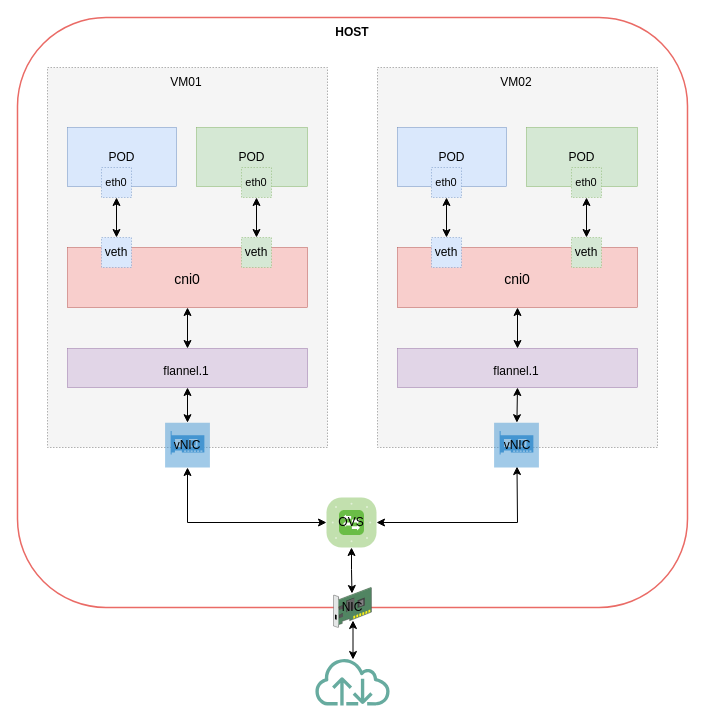
Above: all_in_one.drawio in qinxinliang/diagrams (draw.io), before the change. Source tidied: cells renumbered, new cells numbered last; positions are measured from the earlier drawing's top-left corner, leaving out a move shared by most shapes. Both pictures are drawn from the tidied source at 100%, with x=0, y=0 at pixel (17, 17).
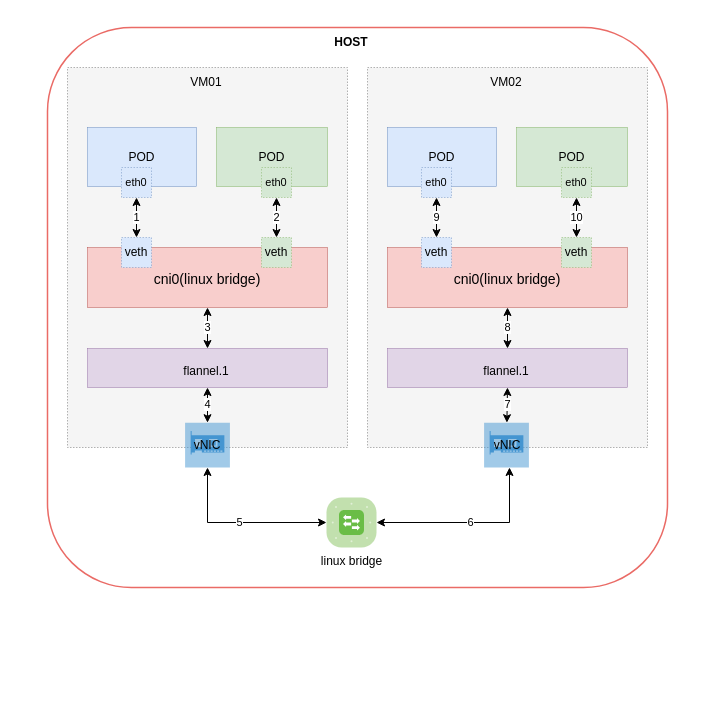
After the change.

Change to the diagram source:
```diff
@@
     <mxCell id="2" style="rounded=1;whiteSpace=wrap;html=1;strokeWidth=1.5;comic=0;fillColor=none;strokeColor=#EA6B66;" parent="1" vertex="1">
-      <mxGeometry width="670" height="590" as="geometry" />
+      <mxGeometry x="30" y="10" width="620" height="560" as="geometry" />
     </mxCell>
     <mxCell id="3" style="rounded=0;whiteSpace=wrap;html=1;strokeWidth=0.5;dashed=1;fillColor=#f5f5f5;fontColor=#333333;strokeColor=#666666;comic=0;" parent="1" vertex="1">
-      <mxGeometry x="30" y="50" width="280" height="380" as="geometry" />
+      <mxGeometry x="50" y="50" width="280" height="380" as="geometry" />
     </mxCell>
     <mxCell id="4" value="POD" style="rounded=0;whiteSpace=wrap;html=1;strokeWidth=0.5;fillColor=#dae8fc;strokeColor=#6c8ebf;comic=0;" parent="1" vertex="1">
-      <mxGeometry x="50" y="110" width="109" height="59" as="geometry" />
+      <mxGeometry x="70" y="110" width="109" height="59" as="geometry" />
     </mxCell>
-    <mxCell id="5" value="&lt;div&gt;&lt;br&gt;&lt;/div&gt;&lt;div&gt;cni0&lt;/div&gt;" style="whiteSpace=wrap;html=1;fillColor=#f8cecc;fontSize=14;strokeColor=#b85450;verticalAlign=top;strokeWidth=0.5;comic=0;" parent="1" vertex="1">
-      <mxGeometry x="50" y="230" width="240" height="60" as="geometry" />
+    <mxCell id="5" value="&lt;div&gt;&lt;br&gt;&lt;/div&gt;&lt;div&gt;cni0(linux bridge)&lt;/div&gt;" style="whiteSpace=wrap;html=1;fillColor=#f8cecc;fontSize=14;strokeColor=#b85450;verticalAlign=top;strokeWidth=0.5;comic=0;" parent="1" vertex="1">
+      <mxGeometry x="70" y="230" width="240" height="60" as="geometry" />
     </mxCell>
     <mxCell id="6" value="VM01" style="text;html=1;strokeColor=none;fillColor=none;align=center;verticalAlign=middle;whiteSpace=wrap;rounded=0;comic=0;" parent="1" vertex="1">
-      <mxGeometry x="139" y="50" width="60" height="30" as="geometry" />
+      <mxGeometry x="159" y="50" width="60" height="30" as="geometry" />
     </mxCell>
     <mxCell id="7" value="POD" style="rounded=0;whiteSpace=wrap;html=1;strokeWidth=0.5;fillColor=#d5e8d4;strokeColor=#82b366;comic=0;" parent="1" vertex="1">
-      <mxGeometry x="179" y="110" width="111" height="59" as="geometry" />
+      <mxGeometry x="199" y="110" width="111" height="59" as="geometry" />
     </mxCell>
     <mxCell id="8" value="&lt;font style=&quot;font-size: 11px;&quot;&gt;eth0&lt;/font&gt;" style="rounded=0;whiteSpace=wrap;html=1;strokeWidth=0.5;fillColor=#dae8fc;strokeColor=#6c8ebf;dashed=1;comic=0;" parent="1" vertex="1">
-      <mxGeometry x="84" y="150" width="30" height="30" as="geometry" />
+      <mxGeometry x="104" y="150" width="30" height="30" as="geometry" />
     </mxCell>
     <mxCell id="9" value="veth" style="rounded=0;whiteSpace=wrap;html=1;strokeWidth=0.5;fillColor=#dae8fc;strokeColor=#6c8ebf;dashed=1;comic=0;" parent="1" vertex="1">
-      <mxGeometry x="84" y="220" width="30" height="30" as="geometry" />
+      <mxGeometry x="104" y="220" width="30" height="30" as="geometry" />
     </mxCell>
-    <mxCell id="10" style="endArrow=classic;startArrow=classic;html=1;rounded=0;entryX=0.5;entryY=1;entryDx=0;entryDy=0;exitX=0.5;exitY=0;exitDx=0;exitDy=0;comic=0;" parent="1" edge="1" source="9" target="8">
+    <mxCell id="10" value="1" style="endArrow=classic;startArrow=classic;html=1;rounded=0;entryX=0.5;entryY=1;entryDx=0;entryDy=0;exitX=0.5;exitY=0;exitDx=0;exitDy=0;comic=0;" parent="1" edge="1" source="9" target="8">
       <mxGeometry relative="1" as="geometry" />
     </mxCell>
     <mxCell id="11" value="&lt;font style=&quot;font-size: 11px;&quot;&gt;eth0&lt;/font&gt;" style="rounded=0;whiteSpace=wrap;html=1;strokeWidth=0.5;fillColor=#d5e8d4;strokeColor=#82b366;dashed=1;comic=0;" parent="1" vertex="1">
-      <mxGeometry x="224" y="150" width="30" height="30" as="geometry" />
+      <mxGeometry x="244" y="150" width="30" height="30" as="geometry" />
     </mxCell>
     <mxCell id="12" value="veth" style="rounded=0;whiteSpace=wrap;html=1;strokeWidth=0.5;fillColor=#d5e8d4;strokeColor=#82b366;dashed=1;comic=0;" parent="1" vertex="1">
-      <mxGeometry x="224" y="220" width="30" height="30" as="geometry" />
+      <mxGeometry x="244" y="220" width="30" height="30" as="geometry" />
     </mxCell>
-    <mxCell id="13" style="endArrow=classic;startArrow=classic;html=1;rounded=0;entryX=0.5;entryY=1;entryDx=0;entryDy=0;exitX=0.5;exitY=0;exitDx=0;exitDy=0;comic=0;" parent="1" edge="1" source="12" target="11">
+    <mxCell id="13" value="2" style="endArrow=classic;startArrow=classic;html=1;rounded=0;entryX=0.5;entryY=1;entryDx=0;entryDy=0;exitX=0.5;exitY=0;exitDx=0;exitDy=0;comic=0;" parent="1" edge="1" source="12" target="11">
       <mxGeometry relative="1" as="geometry" />
     </mxCell>
     <mxCell id="14" style="whiteSpace=wrap;html=1;fillColor=#e1d5e7;fontSize=14;strokeColor=#9673a6;verticalAlign=top;strokeWidth=0.5;comic=0;" parent="1" vertex="1">
-      <mxGeometry x="50" y="331" width="240" height="39" as="geometry" />
+      <mxGeometry x="70" y="331" width="240" height="39" as="geometry" />
     </mxCell>
     <mxCell id="15" value="&lt;div&gt;&lt;br&gt;&lt;/div&gt;&lt;div&gt;flannel.1&lt;/div&gt;" style="text;html=1;strokeColor=none;fillColor=none;align=center;verticalAlign=middle;whiteSpace=wrap;rounded=0;comic=0;" parent="1" vertex="1">
-      <mxGeometry x="139" y="341" width="60" height="10" as="geometry" />
+      <mxGeometry x="159" y="341" width="60" height="10" as="geometry" />
     </mxCell>
     <mxCell id="16" style="rounded=0;whiteSpace=wrap;html=1;strokeWidth=0.5;dashed=1;fillColor=#f5f5f5;fontColor=#333333;strokeColor=#666666;comic=0;" parent="1" vertex="1">
-      <mxGeometry x="360" y="50" width="280" height="380" as="geometry" />
+      <mxGeometry x="350" y="50" width="280" height="380" as="geometry" />
     </mxCell>
     <mxCell id="17" value="POD" style="rounded=0;whiteSpace=wrap;html=1;strokeWidth=0.5;fillColor=#dae8fc;strokeColor=#6c8ebf;comic=0;" parent="1" vertex="1">
-      <mxGeometry x="380" y="110" width="109" height="59" as="geometry" />
+      <mxGeometry x="370" y="110" width="109" height="59" as="geometry" />
     </mxCell>
-    <mxCell id="18" value="&lt;div&gt;&lt;br&gt;&lt;/div&gt;&lt;div&gt;cni0&lt;/div&gt;" style="whiteSpace=wrap;html=1;fillColor=#f8cecc;fontSize=14;strokeColor=#b85450;verticalAlign=top;strokeWidth=0.5;comic=0;" parent="1" vertex="1">
-      <mxGeometry x="380" y="230" width="240" height="60" as="geometry" />
+    <mxCell id="18" value="&lt;div&gt;&lt;br&gt;&lt;/div&gt;&lt;div&gt;cni0(linux bridge)&lt;/div&gt;" style="whiteSpace=wrap;html=1;fillColor=#f8cecc;fontSize=14;strokeColor=#b85450;verticalAlign=top;strokeWidth=0.5;comic=0;" parent="1" vertex="1">
+      <mxGeometry x="370" y="230" width="240" height="60" as="geometry" />
     </mxCell>
     <mxCell id="19" value="VM02" style="text;html=1;strokeColor=none;fillColor=none;align=center;verticalAlign=middle;whiteSpace=wrap;rounded=0;comic=0;" parent="1" vertex="1">
-      <mxGeometry x="469" y="50" width="60" height="30" as="geometry" />
+      <mxGeometry x="459" y="50" width="60" height="30" as="geometry" />
     </mxCell>
-    <mxCell id="20" style="shadow=0;dashed=0;html=1;labelPosition=center;verticalLabelPosition=bottom;verticalAlign=top;align=center;shape=mxgraph.veeam.3d.network_card;comic=0;" parent="1" vertex="1">
-      <mxGeometry x="316" y="570" width="38" height="40" as="geometry" />
-    </mxCell>
     <mxCell id="21" value="POD" style="rounded=0;whiteSpace=wrap;html=1;strokeWidth=0.5;fillColor=#d5e8d4;strokeColor=#82b366;comic=0;" parent="1" vertex="1">
-      <mxGeometry x="509" y="110" width="111" height="59" as="geometry" />
+      <mxGeometry x="499" y="110" width="111" height="59" as="geometry" />
     </mxCell>
     <mxCell id="22" value="&lt;font style=&quot;font-size: 11px;&quot;&gt;eth0&lt;/font&gt;" style="rounded=0;whiteSpace=wrap;html=1;strokeWidth=0.5;fillColor=#dae8fc;strokeColor=#6c8ebf;dashed=1;comic=0;" parent="1" vertex="1">
-      <mxGeometry x="414" y="150" width="30" height="30" as="geometry" />
+      <mxGeometry x="404" y="150" width="30" height="30" as="geometry" />
     </mxCell>
     <mxCell id="23" value="veth" style="rounded=0;whiteSpace=wrap;html=1;strokeWidth=0.5;fillColor=#dae8fc;strokeColor=#6c8ebf;dashed=1;comic=0;" parent="1" vertex="1">
-      <mxGeometry x="414" y="220" width="30" height="30" as="geometry" />
+      <mxGeometry x="404" y="220" width="30" height="30" as="geometry" />
     </mxCell>
-    <mxCell id="24" style="endArrow=classic;startArrow=classic;html=1;rounded=0;entryX=0.5;entryY=1;entryDx=0;entryDy=0;exitX=0.5;exitY=0;exitDx=0;exitDy=0;comic=0;" parent="1" edge="1" source="23" target="22">
+    <mxCell id="24" value="9" style="endArrow=classic;startArrow=classic;html=1;rounded=0;entryX=0.5;entryY=1;entryDx=0;entryDy=0;exitX=0.5;exitY=0;exitDx=0;exitDy=0;comic=0;" parent="1" edge="1" source="23" target="22">
       <mxGeometry relative="1" as="geometry" />
     </mxCell>
     <mxCell id="25" value="&lt;font style=&quot;font-size: 11px;&quot;&gt;eth0&lt;/font&gt;" style="rounded=0;whiteSpace=wrap;html=1;strokeWidth=0.5;fillColor=#d5e8d4;strokeColor=#82b366;dashed=1;comic=0;" parent="1" vertex="1">
-      <mxGeometry x="554" y="150" width="30" height="30" as="geometry" />
+      <mxGeometry x="544" y="150" width="30" height="30" as="geometry" />
     </mxCell>
     <mxCell id="26" value="veth" style="rounded=0;whiteSpace=wrap;html=1;strokeWidth=0.5;fillColor=#d5e8d4;strokeColor=#82b366;dashed=1;comic=0;" parent="1" vertex="1">
-      <mxGeometry x="554" y="220" width="30" height="30" as="geometry" />
+      <mxGeometry x="544" y="220" width="30" height="30" as="geometry" />
     </mxCell>
-    <mxCell id="27" style="endArrow=classic;startArrow=classic;html=1;rounded=0;entryX=0.5;entryY=1;entryDx=0;entryDy=0;exitX=0.5;exitY=0;exitDx=0;exitDy=0;comic=0;" parent="1" edge="1" source="26" target="25">
+    <mxCell id="27" value="10" style="endArrow=classic;startArrow=classic;html=1;rounded=0;entryX=0.5;entryY=1;entryDx=0;entryDy=0;exitX=0.5;exitY=0;exitDx=0;exitDy=0;comic=0;" parent="1" edge="1" source="26" target="25">
       <mxGeometry relative="1" as="geometry" />
     </mxCell>
     <mxCell id="28" style="whiteSpace=wrap;html=1;fillColor=#e1d5e7;fontSize=14;strokeColor=#9673a6;verticalAlign=top;strokeWidth=0.5;comic=0;" parent="1" vertex="1">
-      <mxGeometry x="380" y="331" width="240" height="39" as="geometry" />
+      <mxGeometry x="370" y="331" width="240" height="39" as="geometry" />
     </mxCell>
     <mxCell id="29" value="&lt;div&gt;&lt;br&gt;&lt;/div&gt;&lt;div&gt;flannel.1&lt;/div&gt;" style="text;html=1;strokeColor=none;fillColor=none;align=center;verticalAlign=middle;whiteSpace=wrap;rounded=0;comic=0;" parent="1" vertex="1">
-      <mxGeometry x="469" y="341" width="60" height="10" as="geometry" />
+      <mxGeometry x="459" y="341" width="60" height="10" as="geometry" />
     </mxCell>
-    <mxCell id="30" style="endArrow=classic;startArrow=classic;html=1;rounded=0;entryX=0.5;entryY=1;entryDx=0;entryDy=0;exitX=0.5;exitY=0;exitDx=0;exitDy=0;comic=0;" parent="1" edge="1" source="14" target="5">
+    <mxCell id="30" value="3" style="endArrow=classic;startArrow=classic;html=1;rounded=0;entryX=0.5;entryY=1;entryDx=0;entryDy=0;exitX=0.5;exitY=0;exitDx=0;exitDy=0;comic=0;" parent="1" edge="1" source="14" target="5">
       <mxGeometry relative="1" as="geometry" />
     </mxCell>
-    <mxCell id="31" style="endArrow=classic;startArrow=classic;html=1;rounded=0;entryX=0.5;entryY=1;entryDx=0;entryDy=0;comic=0;" parent="1" edge="1" source="37" target="28">
+    <mxCell id="31" value="7" style="endArrow=classic;startArrow=classic;html=1;rounded=0;entryX=0.5;entryY=1;entryDx=0;entryDy=0;comic=0;" parent="1" edge="1" source="37" target="28">
       <mxGeometry relative="1" as="geometry" />
     </mxCell>
-    <mxCell id="32" style="endArrow=classic;startArrow=classic;html=1;rounded=0;entryX=0.5;entryY=1;entryDx=0;entryDy=0;exitX=0.5;exitY=0;exitDx=0;exitDy=0;comic=0;" parent="1" edge="1" source="28" target="18">
+    <mxCell id="32" value="8" style="endArrow=classic;startArrow=classic;html=1;rounded=0;entryX=0.5;entryY=1;entryDx=0;entryDy=0;exitX=0.5;exitY=0;exitDx=0;exitDy=0;comic=0;" parent="1" edge="1" source="28" target="18">
       <mxGeometry relative="1" as="geometry" />
     </mxCell>
-    <mxCell id="33" style="verticalLabelPosition=bottom;sketch=0;html=1;fillColor=#6ABD46;strokeColor=#ffffff;verticalAlign=top;align=center;points=[[0.085,0.085,0],[0.915,0.085,0],[0.915,0.915,0],[0.085,0.915,0],[0.25,0,0],[0.5,0,0],[0.75,0,0],[1,0.25,0],[1,0.5,0],[1,0.75,0],[0.75,1,0],[0.5,1,0],[0.25,1,0],[0,0.75,0],[0,0.5,0],[0,0.25,0]];shape=mxgraph.cisco_safe.compositeIcon;bgIcon=mxgraph.cisco_safe.architecture.generic_appliance;resIcon=mxgraph.cisco_safe.architecture.switch;comic=0;" parent="1" vertex="1">
+    <mxCell id="33" value="linux bridge" style="verticalLabelPosition=bottom;sketch=0;html=1;fillColor=#6ABD46;strokeColor=#ffffff;verticalAlign=top;align=center;points=[[0.085,0.085,0],[0.915,0.085,0],[0.915,0.915,0],[0.085,0.915,0],[0.25,0,0],[0.5,0,0],[0.75,0,0],[1,0.25,0],[1,0.5,0],[1,0.75,0],[0.75,1,0],[0.5,1,0],[0.25,1,0],[0,0.75,0],[0,0.5,0],[0,0.25,0]];shape=mxgraph.cisco_safe.compositeIcon;bgIcon=mxgraph.cisco_safe.architecture.generic_appliance;resIcon=mxgraph.cisco_safe.architecture.switch;comic=0;" parent="1" vertex="1">
       <mxGeometry x="309" y="480" width="50" height="50" as="geometry" />
     </mxCell>
-    <mxCell id="34" style="endArrow=classic;startArrow=classic;html=1;rounded=0;exitX=0;exitY=0.5;exitDx=0;exitDy=0;exitPerimeter=0;comic=0;" parent="1" edge="1" source="33" target="36">
+    <mxCell id="34" value="5" style="endArrow=classic;startArrow=classic;html=1;rounded=0;exitX=0;exitY=0.5;exitDx=0;exitDy=0;exitPerimeter=0;comic=0;" parent="1" edge="1" source="33" target="36">
       <mxGeometry relative="1" as="geometry">
         <Array as="points">
-          <mxPoint x="170" y="505" />
+          <mxPoint x="190" y="505" />
         </Array>
       </mxGeometry>
     </mxCell>
-    <mxCell id="35" style="endArrow=classic;startArrow=classic;html=1;rounded=0;exitX=1;exitY=0.5;exitDx=0;exitDy=0;exitPerimeter=0;entryX=0.511;entryY=0.978;entryDx=0;entryDy=0;entryPerimeter=0;comic=0;" parent="1" edge="1" source="33" target="37">
+    <mxCell id="35" value="6" style="endArrow=classic;startArrow=classic;html=1;rounded=0;exitX=1;exitY=0.5;exitDx=0;exitDy=0;exitPerimeter=0;comic=0;entryX=0.567;entryY=1;entryDx=0;entryDy=0;entryPerimeter=0;" parent="1" edge="1" source="33" target="37">
       <mxGeometry relative="1" as="geometry">
         <Array as="points">
-          <mxPoint x="500" y="505" />
+          <mxPoint x="492" y="505" />
         </Array>
       </mxGeometry>
     </mxCell>
     <mxCell id="36" style="shadow=0;dashed=0;html=1;strokeColor=none;fillColor=#4495D1;labelPosition=center;verticalLabelPosition=bottom;verticalAlign=top;align=center;outlineConnect=0;shape=mxgraph.veeam.2d.vnic;comic=0;" parent="1" vertex="1">
-      <mxGeometry x="147.6" y="405.2" width="44.8" height="44.8" as="geometry" />
+      <mxGeometry x="167.6" y="405.2" width="44.8" height="44.8" as="geometry" />
     </mxCell>
     <mxCell id="37" style="shadow=0;dashed=0;html=1;strokeColor=none;fillColor=#4495D1;labelPosition=center;verticalLabelPosition=bottom;verticalAlign=top;align=center;outlineConnect=0;shape=mxgraph.veeam.2d.vnic;comic=0;" parent="1" vertex="1">
-      <mxGeometry x="476.6" y="405.2" width="44.8" height="44.8" as="geometry" />
+      <mxGeometry x="466.6" y="405.2" width="44.8" height="44.8" as="geometry" />
     </mxCell>
-    <mxCell id="38" style="endArrow=classic;startArrow=classic;html=1;rounded=0;entryX=0.5;entryY=1;entryDx=0;entryDy=0;comic=0;" parent="1" edge="1" source="36" target="14">
+    <mxCell id="38" value="4" style="endArrow=classic;startArrow=classic;html=1;rounded=0;entryX=0.5;entryY=1;entryDx=0;entryDy=0;comic=0;" parent="1" edge="1" source="36" target="14">
       <mxGeometry relative="1" as="geometry" />
     </mxCell>
     <mxCell id="39" value="&lt;b&gt;HOST&lt;/b&gt;" style="text;html=1;strokeColor=none;fillColor=none;align=center;verticalAlign=middle;whiteSpace=wrap;rounded=0;comic=0;" parent="1" vertex="1">
-      <mxGeometry x="305" width="60" height="30" as="geometry" />
+      <mxGeometry x="304" y="10" width="60" height="30" as="geometry" />
     </mxCell>
-    <mxCell id="40" style="endArrow=classic;startArrow=classic;html=1;rounded=0;entryX=0.5;entryY=1;entryDx=0;entryDy=0;entryPerimeter=0;strokeColor=#000000;comic=0;exitX=0.483;exitY=-0.3;exitDx=0;exitDy=0;exitPerimeter=0;" parent="1" edge="1">
-      <mxGeometry relative="1" as="geometry">
-        <mxPoint x="334.5" y="576" as="sourcePoint" />
-        <mxPoint x="334" y="530" as="targetPoint" />
-        <Array as="points">
-          <mxPoint x="334" y="552" />
-        </Array>
-      </mxGeometry>
-    </mxCell>
     <mxCell id="41" value="vNIC" style="text;html=1;strokeColor=none;fillColor=none;align=center;verticalAlign=middle;whiteSpace=wrap;rounded=0;comic=0;" parent="1" vertex="1">
-      <mxGeometry x="155" y="417.6" width="30" height="20" as="geometry" />
+      <mxGeometry x="175" y="417.6" width="30" height="20" as="geometry" />
     </mxCell>
     <mxCell id="42" value="vNIC" style="text;html=1;strokeColor=none;fillColor=none;align=center;verticalAlign=middle;whiteSpace=wrap;rounded=0;comic=0;" parent="1" vertex="1">
-      <mxGeometry x="485" y="417.6" width="30" height="20" as="geometry" />
+      <mxGeometry x="475" y="417.6" width="30" height="20" as="geometry" />
     </mxCell>
-    <mxCell id="43" value="OVS" style="text;html=1;strokeColor=none;fillColor=none;align=center;verticalAlign=middle;whiteSpace=wrap;rounded=0;comic=0;" parent="1" vertex="1">
-      <mxGeometry x="319" y="495" width="30" height="20" as="geometry" />
-    </mxCell>
-    <mxCell id="44" style="sketch=0;fontColor=#232F3E;gradientColor=none;fillColor=#67AB9F;strokeColor=none;dashed=0;verticalLabelPosition=bottom;verticalAlign=top;align=center;html=1;fontSize=12;fontStyle=0;shape=mxgraph.aws4.internet;comic=0;" parent="1" vertex="1">
-      <mxGeometry x="296" y="640" width="78" height="48" as="geometry" />
-    </mxCell>
-    <mxCell id="45" style="endArrow=classic;startArrow=classic;html=1;rounded=0;entryX=0.619;entryY=0.75;entryDx=0;entryDy=0;comic=0;exitX=0.561;exitY=-0.021;exitDx=0;exitDy=0;exitPerimeter=0;entryPerimeter=0;" parent="1" edge="1">
-      <mxGeometry relative="1" as="geometry">
-        <mxPoint x="335.5" y="642" as="sourcePoint" />
-        <mxPoint x="335.5" y="603" as="targetPoint" />
-      </mxGeometry>
-    </mxCell>
-    <mxCell id="46" value="NIC" style="text;html=1;strokeColor=none;fillColor=none;align=center;verticalAlign=middle;whiteSpace=wrap;rounded=0;comic=0;" parent="1" vertex="1">
-      <mxGeometry x="320" y="580" width="30" height="20" as="geometry" />
-    </mxCell>
```
